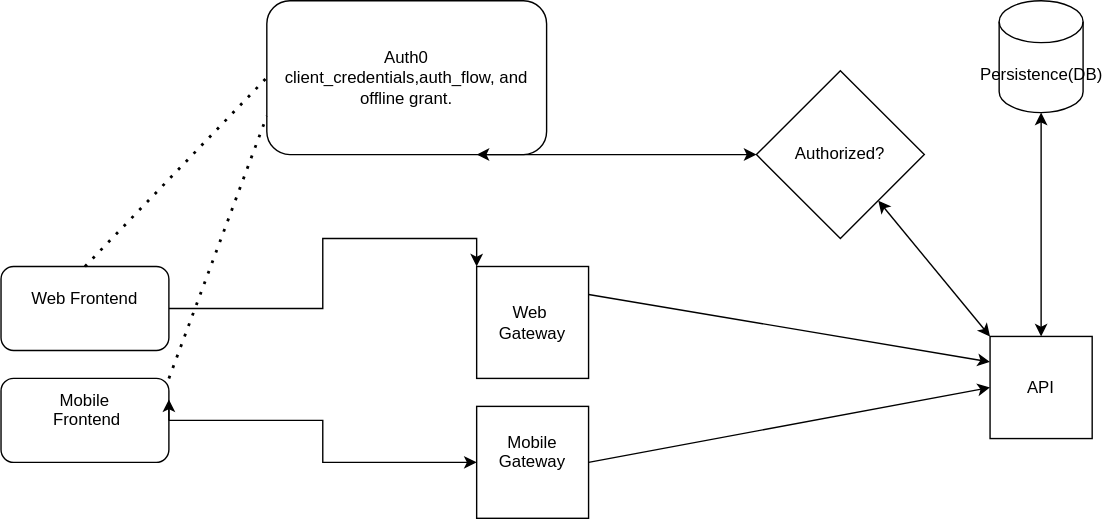
The draw.io diagram src/user_role.drawio.svg in donprolad/sochub-test-backend, before a commit. Source tidied: cells renumbered, new cells last; positions are measured from the earlier drawing's top-left corner, leaving out a move shared by most shapes.
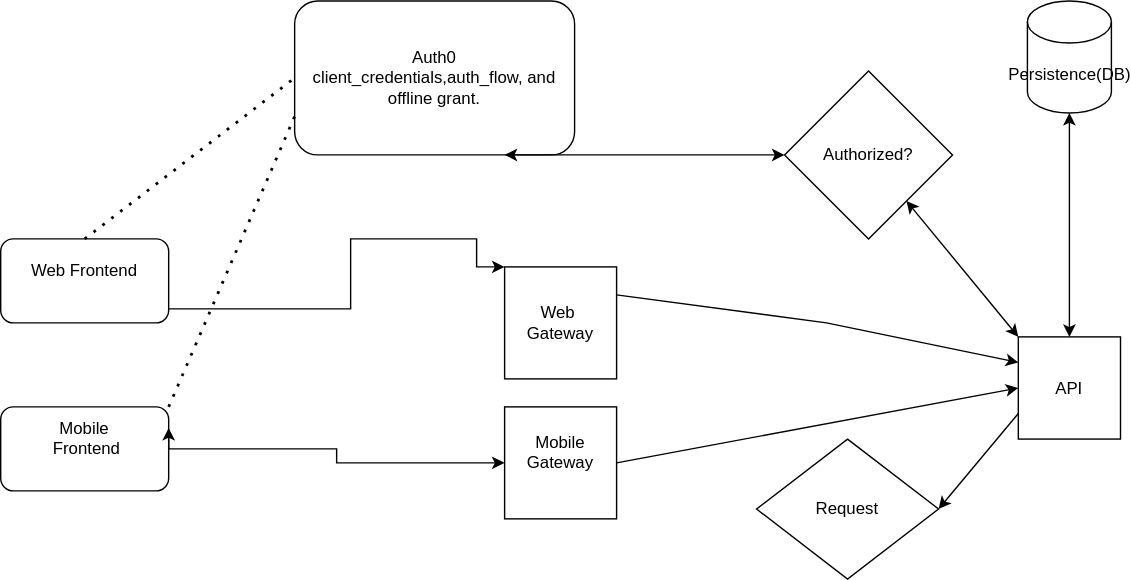
After the commit.

Diff of the diagram source:
```diff
@@ -15,16 +15,23 @@
       <mxGeometry x="713.5" width="60" height="80" as="geometry" />
     </mxCell>
     <mxCell id="6" style="edgeStyle=orthogonalEdgeStyle;rounded=0;jettySize=auto;html=1;entryX=0;entryY=0;entryDx=0;entryDy=0;" parent="1" edge="1" source="7" target="11">
-      <mxGeometry relative="1" as="geometry" />
+      <mxGeometry relative="1" as="geometry">
+        <Array as="points">
+          <mxPoint x="230" y="220" />
+          <mxPoint x="230" y="170" />
+          <mxPoint x="320" y="170" />
+          <mxPoint x="320" y="190" />
+        </Array>
+      </mxGeometry>
     </mxCell>
     <mxCell id="7" value="Web Frontend&lt;div&gt;&lt;br&gt;&lt;/div&gt;" style="rounded=1;whiteSpace=wrap;html=1;" parent="1" vertex="1">
-      <mxGeometry y="190" width="120" height="60" as="geometry" />
+      <mxGeometry x="-20" y="170" width="120" height="60" as="geometry" />
     </mxCell>
     <mxCell id="8" style="edgeStyle=orthogonalEdgeStyle;rounded=0;jettySize=auto;html=1;entryX=0;entryY=0.5;entryDx=0;entryDy=0;" parent="1" edge="1" source="9" target="16">
       <mxGeometry relative="1" as="geometry" />
     </mxCell>
     <mxCell id="9" value="Mobile&lt;div&gt;&amp;nbsp;Frontend&lt;div&gt;&lt;br&gt;&lt;/div&gt;&lt;/div&gt;" style="rounded=1;whiteSpace=wrap;html=1;" parent="1" vertex="1">
-      <mxGeometry y="270" width="120" height="60" as="geometry" />
+      <mxGeometry x="-20" y="290" width="120" height="60" as="geometry" />
     </mxCell>
     <mxCell id="10" value="API" style="whiteSpace=wrap;html=1;" parent="1" vertex="1">
       <mxGeometry x="707" y="240" width="73" height="73" as="geometry" />
@@ -50,11 +57,21 @@
     <mxCell id="17" style="endArrow=classic;startArrow=classic;html=1;rounded=0;entryX=0.5;entryY=1;entryDx=0;entryDy=0;entryPerimeter=0;exitX=0.5;exitY=0;exitDx=0;exitDy=0;" parent="1" edge="1" source="10" target="5">
       <mxGeometry relative="1" as="geometry" />
     </mxCell>
-    <mxCell id="18" style="endArrow=classic;html=1;rounded=0;entryX=0;entryY=0.25;entryDx=0;entryDy=0;exitX=1;exitY=0.25;exitDx=0;exitDy=0;" parent="1" edge="1" source="11" target="10">
-      <mxGeometry relative="1" as="geometry" />
+    <mxCell id="18" style="endArrow=classic;html=1;rounded=0;exitX=1;exitY=0.25;exitDx=0;exitDy=0;entryX=0;entryY=0.25;entryDx=0;entryDy=0;" parent="1" edge="1" source="11" target="10">
+      <mxGeometry relative="1" as="geometry">
+        <Array as="points">
+          <mxPoint x="570" y="230" />
+        </Array>
+      </mxGeometry>
     </mxCell>
     <mxCell id="19" style="endArrow=classic;html=1;rounded=0;entryX=0;entryY=0.5;entryDx=0;entryDy=0;exitX=1;exitY=0.5;exitDx=0;exitDy=0;" parent="1" edge="1" source="16" target="10">
       <mxGeometry relative="1" as="geometry" />
     </mxCell>
+    <mxCell id="20" value="&lt;div&gt;Request&lt;/div&gt;" style="rhombus;whiteSpace=wrap;html=1;" parent="1" vertex="1">
+      <mxGeometry x="520" y="313" width="130" height="100" as="geometry" />
+    </mxCell>
+    <mxCell id="21" style="endArrow=classic;html=1;rounded=0;exitX=0;exitY=0.75;exitDx=0;exitDy=0;entryX=1;entryY=0.5;entryDx=0;entryDy=0;" parent="1" edge="1" source="10" target="20">
+      <mxGeometry relative="1" as="geometry" />
+    </mxCell>
   </root>
 </mxGraphModel>
```
